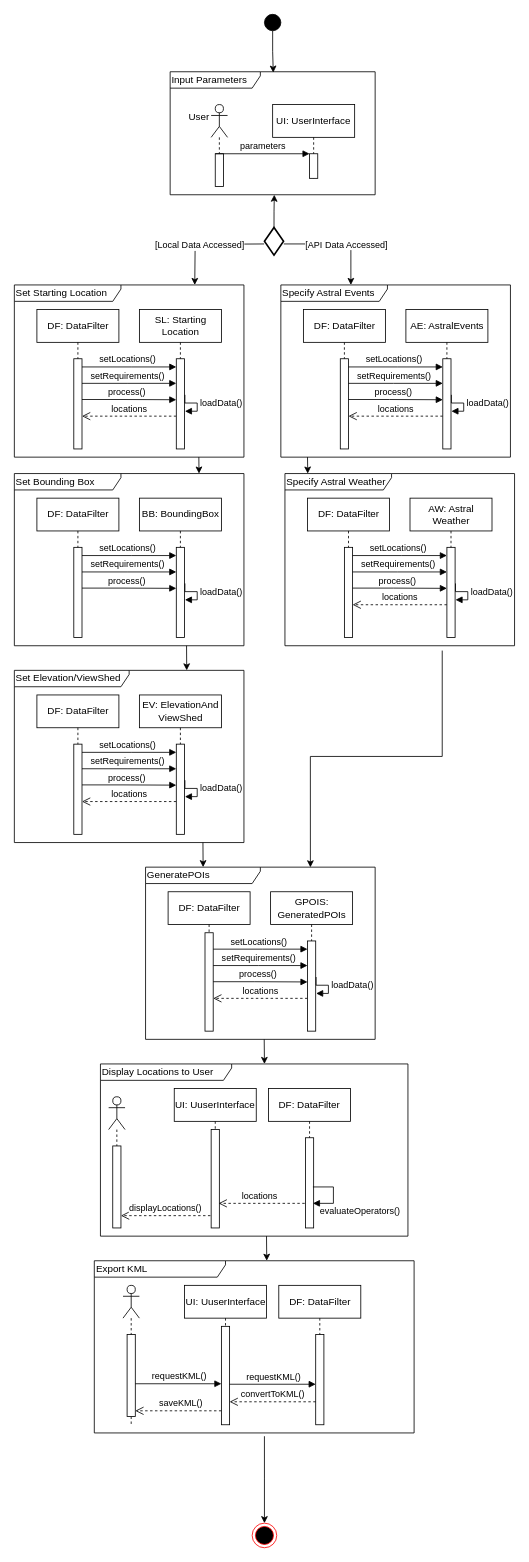
Earlier version of the draw.io diagram UML/DrawIO/InteractionDiagram.drawio (ALEEF02/PrecisionLocationProcessor). Source tidied: cells renumbered, new cells numbered last; positions are measured from the earlier drawing's top-left corner, leaving out a move shared by most shapes. Both pictures are drawn from the tidied source at 82%, with x=0, y=0 at pixel (14, 14).
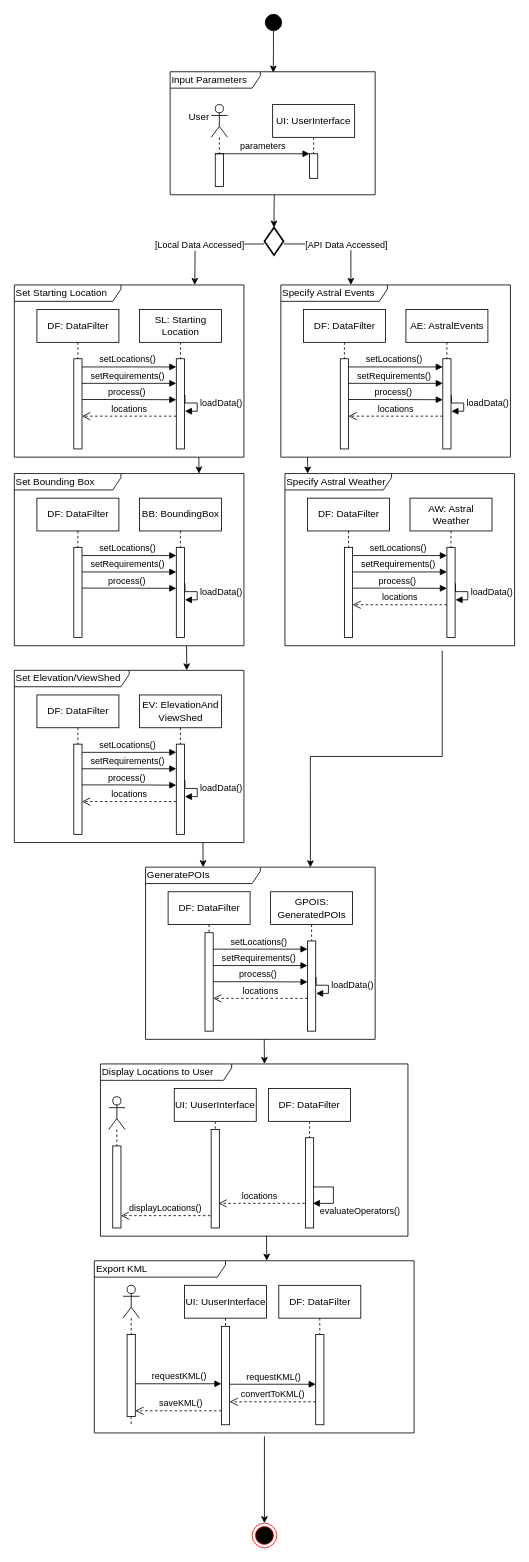
After the change.

Commit message:
Fix arrow at top

The change refers to these unchanged cells:
```xml
<mxCell id="9" value="Input Parameters" style="shape=umlFrame;whiteSpace=wrap;html=1;width=110;height=20;align=left;" parent="1" vertex="1">
  <mxGeometry x="190" y="70" width="250" height="150" as="geometry" />
</mxCell>
<mxCell id="11" style="strokeWidth=2;html=1;shape=mxgraph.flowchart.decision;whiteSpace=wrap;" parent="1" vertex="1">
  <mxGeometry x="305" y="260" width="23.3" height="33.6" as="geometry" />
</mxCell>
```

The edit, as a diff of the source:
```diff
@@
     <mxCell id="2" style="ellipse;whiteSpace=wrap;html=1;fillColor=#000000;" parent="1" vertex="1">
-      <mxGeometry x="305" width="20" height="20" as="geometry" />
+      <mxGeometry x="306" width="20" height="20" as="geometry" />
     </mxCell>
@@
-    <mxCell id="12" style="edgeStyle=orthogonalEdgeStyle;rounded=0;jettySize=auto;html=1;exitX=0.5;exitY=0;exitDx=0;exitDy=0;exitPerimeter=0;entryX=0.508;entryY=1;entryDx=0;entryDy=0;entryPerimeter=0;" parent="1" edge="1" source="11" target="9">
+    <mxCell id="12" style="edgeStyle=orthogonalEdgeStyle;rounded=0;jettySize=auto;html=1;exitX=0.5;exitY=0;exitDx=0;exitDy=0;exitPerimeter=0;entryX=0.508;entryY=1;entryDx=0;entryDy=0;entryPerimeter=0;startArrow=classic;startFill=1;endArrow=none;endFill=0;" parent="1" edge="1" source="11" target="9">
       <mxGeometry relative="1" as="geometry" />
     </mxCell>
```
